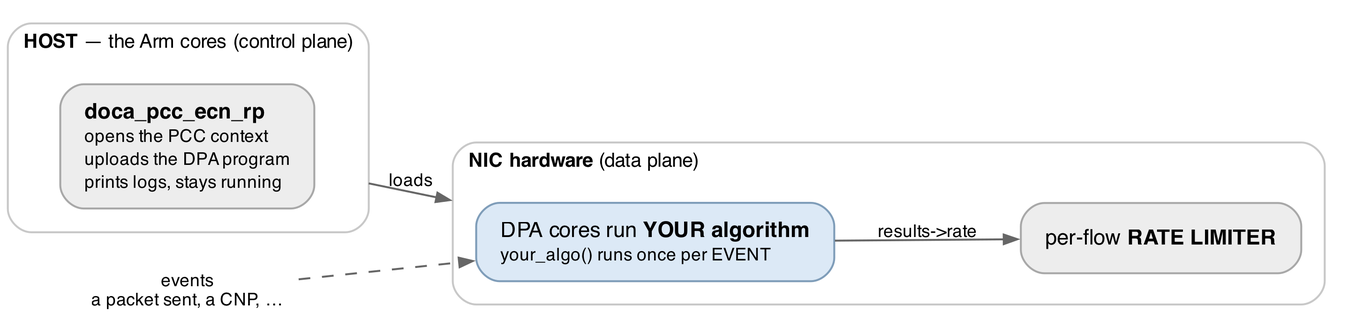
This is docs/pcc-two-halves.png from fchamicapereira/sigcomm26-tutorial-bluefield, a Graphviz export, as it was before one commit. Its source is kept beside it as docs/pcc-two-halves.dot. The source it was exported from:
```dot
/* Where a DOCA PCC program actually runs: a loader on the Arm cores, the algorithm on the DPA.
 *
 * Replaces the ASCII block that opened Part A of guides/doca-pcc.md. Inconsolata has no box-drawing
 * glyphs, so that block was losing every one of its lines in the PDF; more to the point, the guides
 * already draw their figures with dot (see tutorial-flow-pipeline.dot) and this now matches.
 *
 * The one idea it has to land: the host program does NOT run the algorithm. It uploads it and then
 * sits there. Everything inside the NIC box happens per packet, without the Arm cores. Hence the
 * single "loads" edge crossing between the two clusters, and nothing else.
 *
 * Blue = the code a participant writes, matching tutorial-flow-pipeline.dot. Only your_algo() is
 * blue: the loader is given, and the rate limiter is hardware.
 */
digraph pcc_two_halves {
  rankdir=LR;
  fontname="Helvetica";
  bgcolor="transparent";
  nodesep=0.30;
  ranksep=0.55;
  compound=true;
  node [fontname="Helvetica", fontsize=11];
  edge [fontname="Helvetica", fontsize=9, color="#666666", arrowsize=0.7];

  subgraph cluster_host {
    label=<<FONT POINT-SIZE="10"><B>HOST</B> — the Arm cores (control plane)</FONT>>;
    labeljust="l";
    fontname="Helvetica";
    color="#c8c8c8";
    style="rounded";
    margin=12;

    /* Grey: given to you. */
    loader [shape=box, style="rounded,filled", color="#a8a8a8", fillcolor="#ededed",
            margin="0.16,0.10",
            label=<<TABLE BORDER="0" CELLBORDER="0" CELLSPACING="0" CELLPADDING="1">
                     <TR><TD ALIGN="LEFT"><B>doca_pcc_ecn_rp</B></TD></TR>
                     <TR><TD ALIGN="LEFT"><FONT POINT-SIZE="9">opens the PCC context</FONT></TD></TR>
                     <TR><TD ALIGN="LEFT"><FONT POINT-SIZE="9">uploads the DPA program</FONT></TD></TR>
                     <TR><TD ALIGN="LEFT"><FONT POINT-SIZE="9">prints logs, stays running</FONT></TD></TR>
                   </TABLE>>];
  }

  subgraph cluster_nic {
    label=<<FONT POINT-SIZE="10"><B>NIC hardware</B> (data plane)</FONT>>;
    labeljust="l";
    fontname="Helvetica";
    color="#c8c8c8";
    style="rounded";
    margin=12;

    /* Blue: yours. This is the only box in the figure a participant edits. */
    algo [shape=box, style="rounded,filled", color="#7f9db9", fillcolor="#dce9f6",
          margin="0.16,0.10",
          label=<<TABLE BORDER="0" CELLBORDER="0" CELLSPACING="0" CELLPADDING="1">
                   <TR><TD ALIGN="LEFT">DPA cores run <B>YOUR algorithm</B></TD></TR>
                   <TR><TD ALIGN="LEFT"><FONT POINT-SIZE="9">your_algo() runs once per EVENT</FONT></TD></TR>
                 </TABLE>>];

    limiter [shape=box, style="rounded,filled", color="#a8a8a8", fillcolor="#ededed",
             margin="0.16,0.08",
             label=<<TABLE BORDER="0" CELLBORDER="0" CELLSPACING="0" CELLPADDING="1">
                      <TR><TD>per-flow <B>RATE LIMITER</B></TD></TR>
                    </TABLE>>];
  }

  /* Bare text, so only the two programs and the limiter read as boxes. */
  events [shape=plaintext,
          label=<<FONT POINT-SIZE="9">events<BR/>a packet sent, a CNP, …</FONT>>];

  loader -> algo    [label=" loads ", lhead=cluster_nic, ltail=cluster_host];
  events -> algo    [style=dashed];
  algo   -> limiter [label=" results-&gt;rate "];
}
```
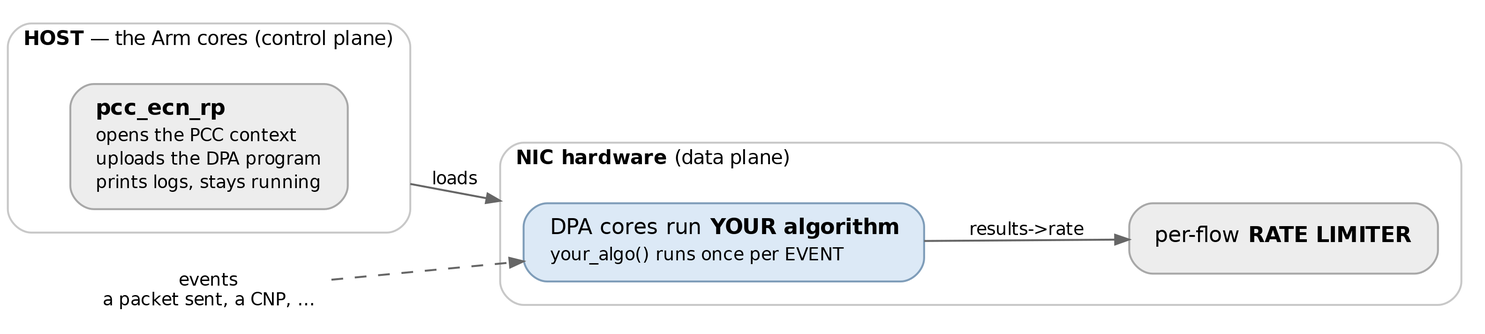
The same diagram one commit later.

What changed in the source:
```diff
@@ -33,7 +33,7 @@
     loader [shape=box, style="rounded,filled", color="#a8a8a8", fillcolor="#ededed",
             margin="0.16,0.10",
             label=<<TABLE BORDER="0" CELLBORDER="0" CELLSPACING="0" CELLPADDING="1">
-                     <TR><TD ALIGN="LEFT"><B>doca_pcc_ecn_rp</B></TD></TR>
+                     <TR><TD ALIGN="LEFT"><B>pcc_ecn_rp</B></TD></TR>
                      <TR><TD ALIGN="LEFT"><FONT POINT-SIZE="9">opens the PCC context</FONT></TD></TR>
                      <TR><TD ALIGN="LEFT"><FONT POINT-SIZE="9">uploads the DPA program</FONT></TD></TR>
                      <TR><TD ALIGN="LEFT"><FONT POINT-SIZE="9">prints logs, stays running</FONT></TD></TR>
```
